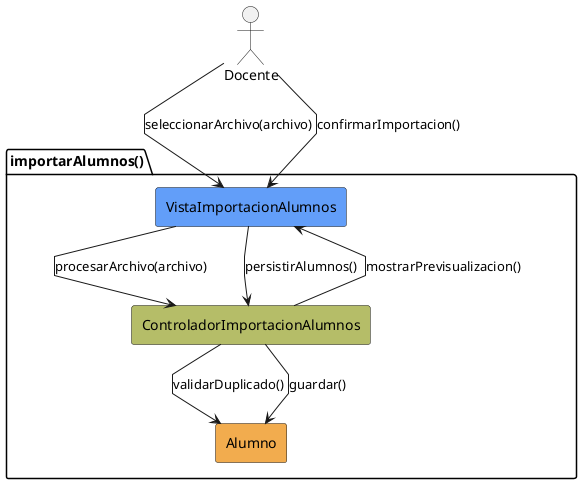
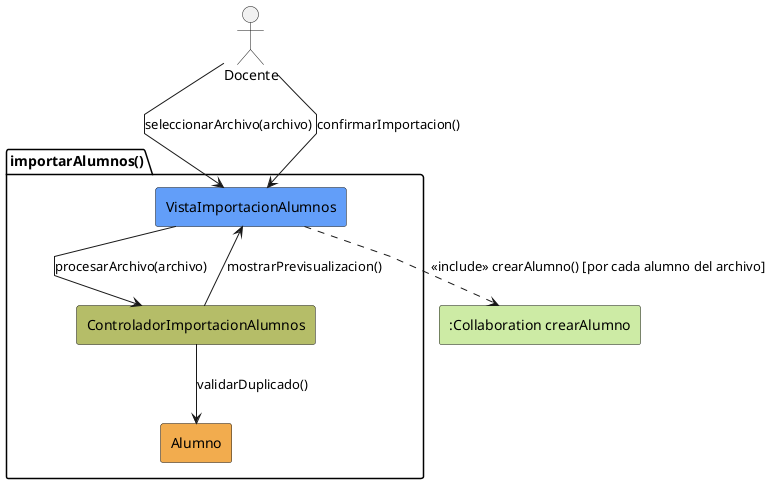
- ﻿@startuml importarAlumnos-analisis
+ @startuml importarAlumnos-analisis
skinparam linetype polyline

actor Docente
+ 
+ rectangle #CDEBA5 ":Collaboration crearAlumno" as ColCrearAl
+ 
package importarAlumnos as "importarAlumnos()" {
    rectangle #629EF9 VistaImportacionAlumnos
    rectangle #b5bd68 ControladorImportacionAlumnos
    rectangle #F2AC4E Alumno
}

Docente -r-> VistaImportacionAlumnos: seleccionarArchivo(archivo)
VistaImportacionAlumnos -d-> ControladorImportacionAlumnos: procesarArchivo(archivo)
ControladorImportacionAlumnos --> Alumno: validarDuplicado()
ControladorImportacionAlumnos --> VistaImportacionAlumnos: mostrarPrevisualizacion()

Docente --> VistaImportacionAlumnos: confirmarImportacion()
- VistaImportacionAlumnos --> ControladorImportacionAlumnos: persistirAlumnos()
- ControladorImportacionAlumnos --> Alumno: guardar()
+ VistaImportacionAlumnos ..> ColCrearAl: <<include>> crearAlumno() [por cada alumno del archivo]

- @enduml+ @enduml
